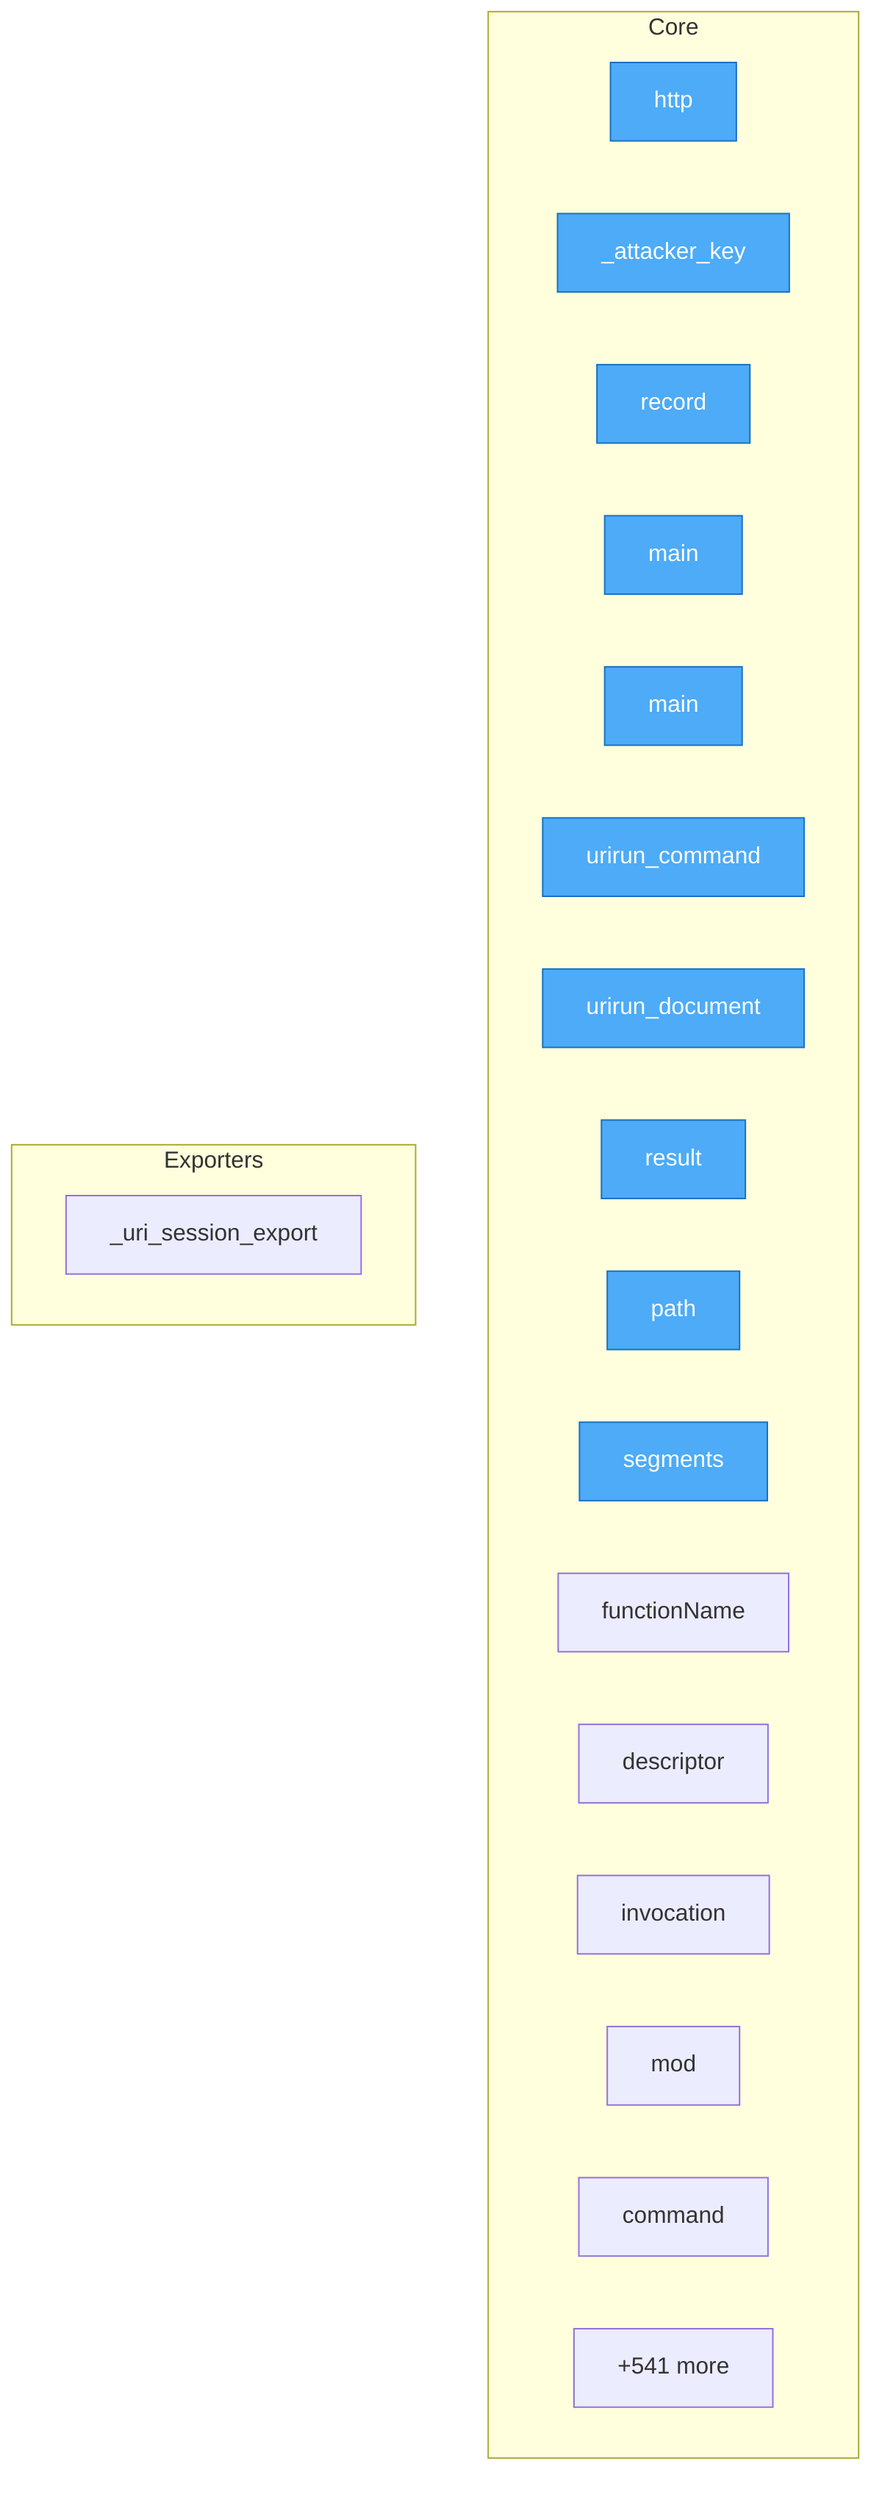
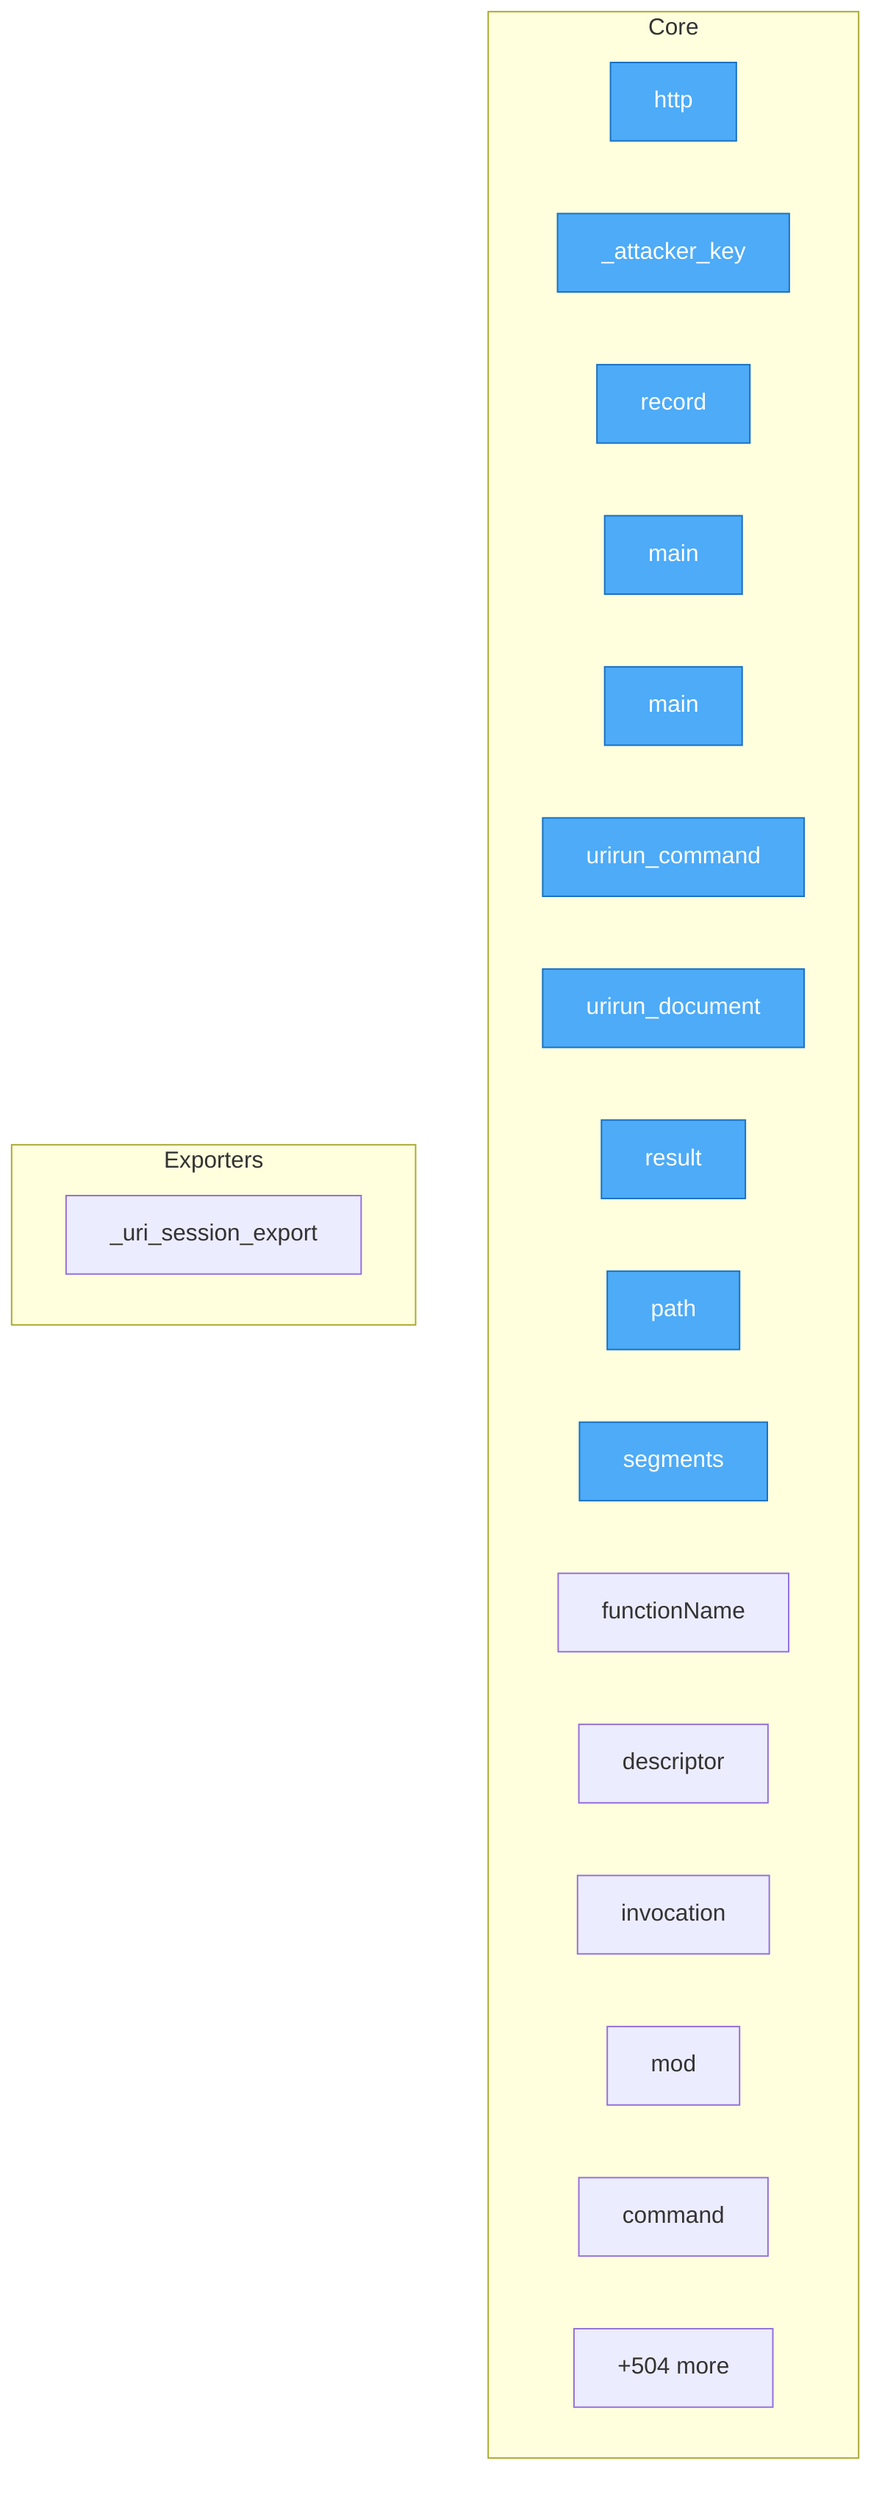
flowchart TD
%% generated in 0.03s

    %% Entry points (blue)
    classDef entry fill:#4dabf7,stroke:#1971c2,color:#fff

    subgraph Core
        security__mesh_probe__probe__http["http"]
        security__mesh_probe__probe___attacker_key["_attacker_key"]
        security__mesh_probe__probe__record["record"]
        adapters__conformance__main["main"]
        adapters__new_connector__main["main"]
        adapters__bash__urirun__urirun_command["urirun_command"]
        adapters__bash__urirun__urirun_document["urirun_document"]
        adapters__js__index__test__result["result"]
        adapters__js__path["path"]
        adapters__js__segments["segments"]
        adapters__js__functionName["functionName"]
        adapters__js__descriptor["descriptor"]
        adapters__js__invocation["invocation"]
        adapters__js__mod["mod"]
        adapters__java__Urirun__Urirun__command["command"]
-         ...["+541 more"]
+         ...["+504 more"]
    end

    subgraph Exporters
        adapters__python__urirun__node__skill___uri_session_export["_uri_session_export"]
    end

    class security__mesh_probe__probe__http,security__mesh_probe__probe___attacker_key,security__mesh_probe__probe__record,adapters__conformance__main,adapters__new_connector__main,adapters__bash__urirun__urirun_command,adapters__bash__urirun__urirun_document,adapters__js__index__test__result,adapters__js__path,adapters__js__segments entry
